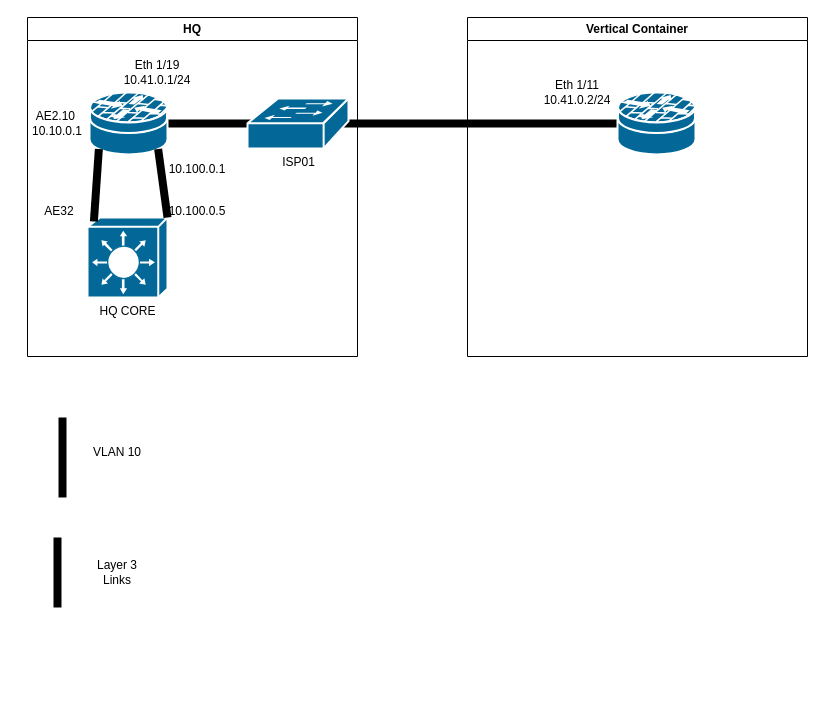
adamrt918/Diagram keeps this draw.io diagram as page "Current" (1 of 2) of DR_L2_L3.drawio. Above is the earlier version. Source tidied: cells renumbered, new cells numbered last; positions are measured from the earlier drawing's top-left corner, leaving out a move shared by most shapes. Both pictures are drawn from the tidied source at 100%, with x=0, y=0 at pixel (17, 17).
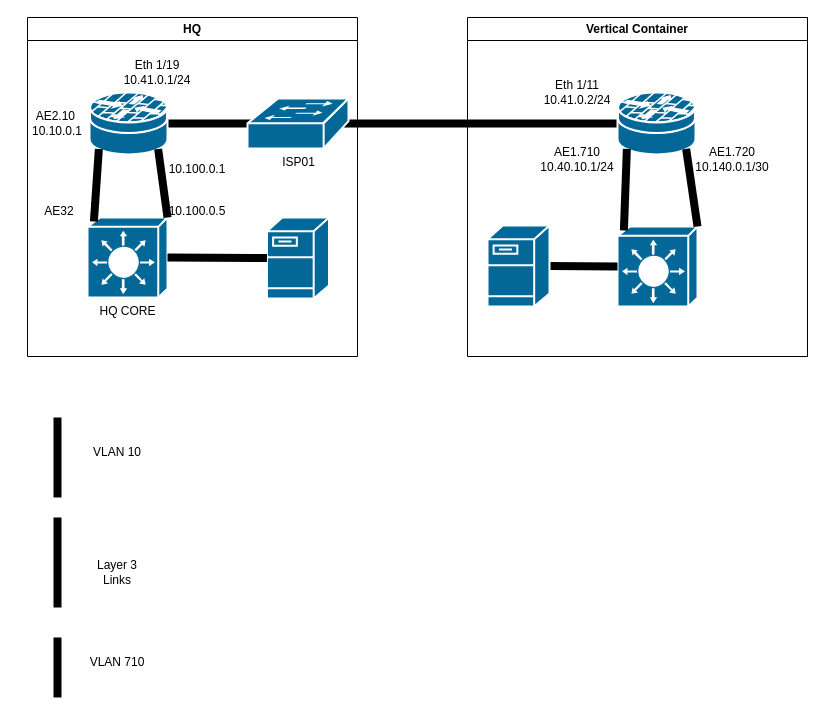
The same page after the edit.

Unchanged cells that the change refers to:
```xml
<mxCell id="3" style="shape=mxgraph.cisco.security.router_firewall;sketch=0;html=1;dashed=0;fillColor=#036897;strokeColor=#ffffff;strokeWidth=2;verticalLabelPosition=bottom;verticalAlign=top;align=center;outlineConnect=0;" parent="1" vertex="1">
  <mxGeometry x="600" y="75" width="78" height="62" as="geometry" />
</mxCell>
<mxCell id="4" value="HQ" style="swimlane;whiteSpace=wrap;html=1;" parent="1" vertex="1">
  <mxGeometry x="10" width="330" height="339" as="geometry" />
</mxCell>
<mxCell id="7" value="HQ CORE&lt;div&gt;&lt;br&gt;&lt;/div&gt;" style="shape=mxgraph.cisco.switches.layer_3_switch;sketch=0;html=1;dashed=0;fillColor=#036897;strokeColor=#ffffff;strokeWidth=2;verticalLabelPosition=bottom;verticalAlign=top;align=center;outlineConnect=0;" parent="4" vertex="1">
  <mxGeometry x="60" y="200" width="80" height="80" as="geometry" />
</mxCell>
<mxCell id="20" value="Vertical Container" style="swimlane;whiteSpace=wrap;html=1;" parent="1" vertex="1">
  <mxGeometry x="450" width="340" height="339" as="geometry" />
</mxCell>
```

Diff of the diagram source:
```diff
@@
+    <mxCell id="21" style="shape=mxgraph.cisco.servers.fileserver;sketch=0;html=1;dashed=0;fillColor=#036897;strokeColor=#ffffff;strokeWidth=2;verticalLabelPosition=bottom;verticalAlign=top;align=center;outlineConnect=0;" parent="4" vertex="1">
+      <mxGeometry x="239.5" y="200" width="62" height="81" as="geometry" />
+    </mxCell>
+    <mxCell id="22" style="endArrow=none;html=1;rounded=0;entryX=0;entryY=0.5;entryDx=0;entryDy=0;exitX=1;exitY=0.5;exitDx=0;exitDy=0;exitPerimeter=0;entryPerimeter=0;strokeColor=light-dark(#000000,#FFB366);strokeWidth=8;" parent="4" edge="1" source="7" target="21">
+      <mxGeometry relative="1" as="geometry" />
+    </mxCell>
     <mxCell id="15" style="endArrow=none;html=1;rounded=0;entryX=0.12;entryY=0.91;entryDx=0;entryDy=0;entryPerimeter=0;strokeColor=light-dark(#000000,#FFB366);strokeWidth=8;" parent="1" edge="1">
       <mxGeometry relative="1" as="geometry">
-        <mxPoint x="45" y="480" as="sourcePoint" />
-        <mxPoint x="45" y="400" as="targetPoint" />
+        <mxPoint x="40" y="480" as="sourcePoint" />
+        <mxPoint x="40" y="400" as="targetPoint" />
       </mxGeometry>
     </mxCell>
@@
-    <mxCell id="17" style="endArrow=none;html=1;rounded=0;entryX=0.88;entryY=0.91;entryDx=0;entryDy=0;entryPerimeter=0;strokeColor=light-dark(#000000,#6666FF);strokeWidth=8;" parent="1" edge="1">
+    <mxCell id="17" style="endArrow=none;html=1;rounded=0;strokeColor=light-dark(#000000,#6666FF);strokeWidth=8;" parent="1" edge="1">
       <mxGeometry relative="1" as="geometry">
         <mxPoint x="40" y="590" as="sourcePoint" />
-        <mxPoint x="40" y="520" as="targetPoint" />
+        <mxPoint x="40" y="500" as="targetPoint" />
       </mxGeometry>
     </mxCell>
@@
+    <mxCell id="23" style="shape=mxgraph.cisco.switches.layer_3_switch;sketch=0;html=1;dashed=0;fillColor=#036897;strokeColor=#ffffff;strokeWidth=2;verticalLabelPosition=bottom;verticalAlign=top;align=center;outlineConnect=0;" parent="20" vertex="1">
+      <mxGeometry x="150" y="209" width="80" height="80" as="geometry" />
+    </mxCell>
+    <mxCell id="24" value="AE1.710&lt;div&gt;10.40.10.1/24&lt;/div&gt;" style="text;html=1;align=center;verticalAlign=middle;whiteSpace=wrap;rounded=0;" parent="20" vertex="1">
+      <mxGeometry x="70" y="117" width="80" height="50" as="geometry" />
+    </mxCell>
+    <mxCell id="25" value="AE1.720&lt;div&gt;10.140.0.1/30&lt;/div&gt;" style="text;html=1;align=center;verticalAlign=middle;whiteSpace=wrap;rounded=0;" parent="20" vertex="1">
+      <mxGeometry x="230" y="122" width="70" height="40" as="geometry" />
+    </mxCell>
+    <mxCell id="26" style="endArrow=none;html=1;rounded=0;strokeColor=light-dark(#000000,#CC0000);strokeWidth=8;entryX=0;entryY=0.5;entryDx=0;entryDy=0;entryPerimeter=0;exitX=1;exitY=0.5;exitDx=0;exitDy=0;exitPerimeter=0;" parent="20" edge="1" source="27" target="23">
+      <mxGeometry relative="1" as="geometry" />
+    </mxCell>
+    <mxCell id="27" style="shape=mxgraph.cisco.servers.fileserver;sketch=0;html=1;dashed=0;fillColor=#036897;strokeColor=#ffffff;strokeWidth=2;verticalLabelPosition=bottom;verticalAlign=top;align=center;outlineConnect=0;" parent="20" vertex="1">
+      <mxGeometry x="20" y="208" width="62" height="81" as="geometry" />
+    </mxCell>
+    <mxCell id="28" style="endArrow=none;html=1;rounded=0;exitX=1;exitY=0.5;exitDx=0;exitDy=0;exitPerimeter=0;strokeColor=light-dark(#000000,#CC0000);strokeWidth=8;" parent="1" edge="1">
+      <mxGeometry relative="1" as="geometry">
+        <mxPoint x="40" y="620" as="sourcePoint" />
+        <mxPoint x="40" y="680" as="targetPoint" />
+      </mxGeometry>
+    </mxCell>
+    <mxCell id="29" value="VLAN 710" style="text;html=1;align=center;verticalAlign=middle;whiteSpace=wrap;rounded=0;" parent="1" vertex="1">
+      <mxGeometry x="70" y="630" width="60" height="30" as="geometry" />
+    </mxCell>
+    <mxCell id="30" style="endArrow=none;html=1;rounded=0;exitX=0.12;exitY=0.91;exitDx=0;exitDy=0;exitPerimeter=0;strokeColor=light-dark(#000000,#CC0000);strokeWidth=8;entryX=0.08;entryY=0.05;entryDx=0;entryDy=0;entryPerimeter=0;" parent="1" edge="1" source="3" target="23">
+      <mxGeometry relative="1" as="geometry" />
+    </mxCell>
+    <mxCell id="31" style="endArrow=none;html=1;rounded=0;strokeColor=light-dark(#000000,#6666FF);strokeWidth=8;entryX=0.88;entryY=0.91;entryDx=0;entryDy=0;entryPerimeter=0;exitX=1;exitY=0;exitDx=0;exitDy=0;exitPerimeter=0;" parent="1" edge="1" source="23" target="3">
+      <mxGeometry relative="1" as="geometry" />
+    </mxCell>
```
